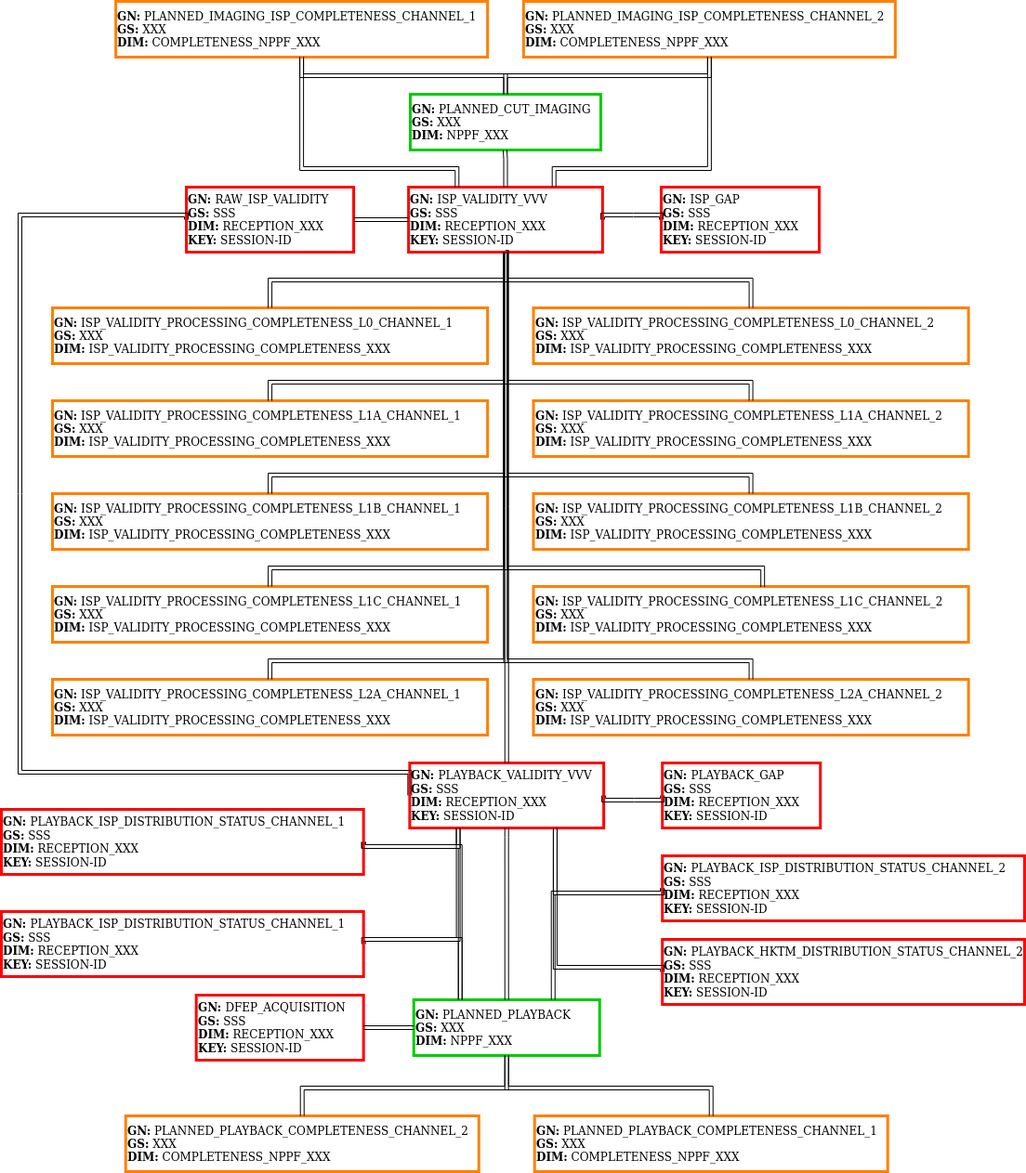
The draw.io diagram doc/fig/structure_ingestion_dfep_acquisition.png in Daniel-Brosnan-Blazquez/s2boa, before a commit. Source tidied: cells renumbered, new cells last; positions are measured from the earlier drawing's top-left corner, leaving out a move shared by most shapes.
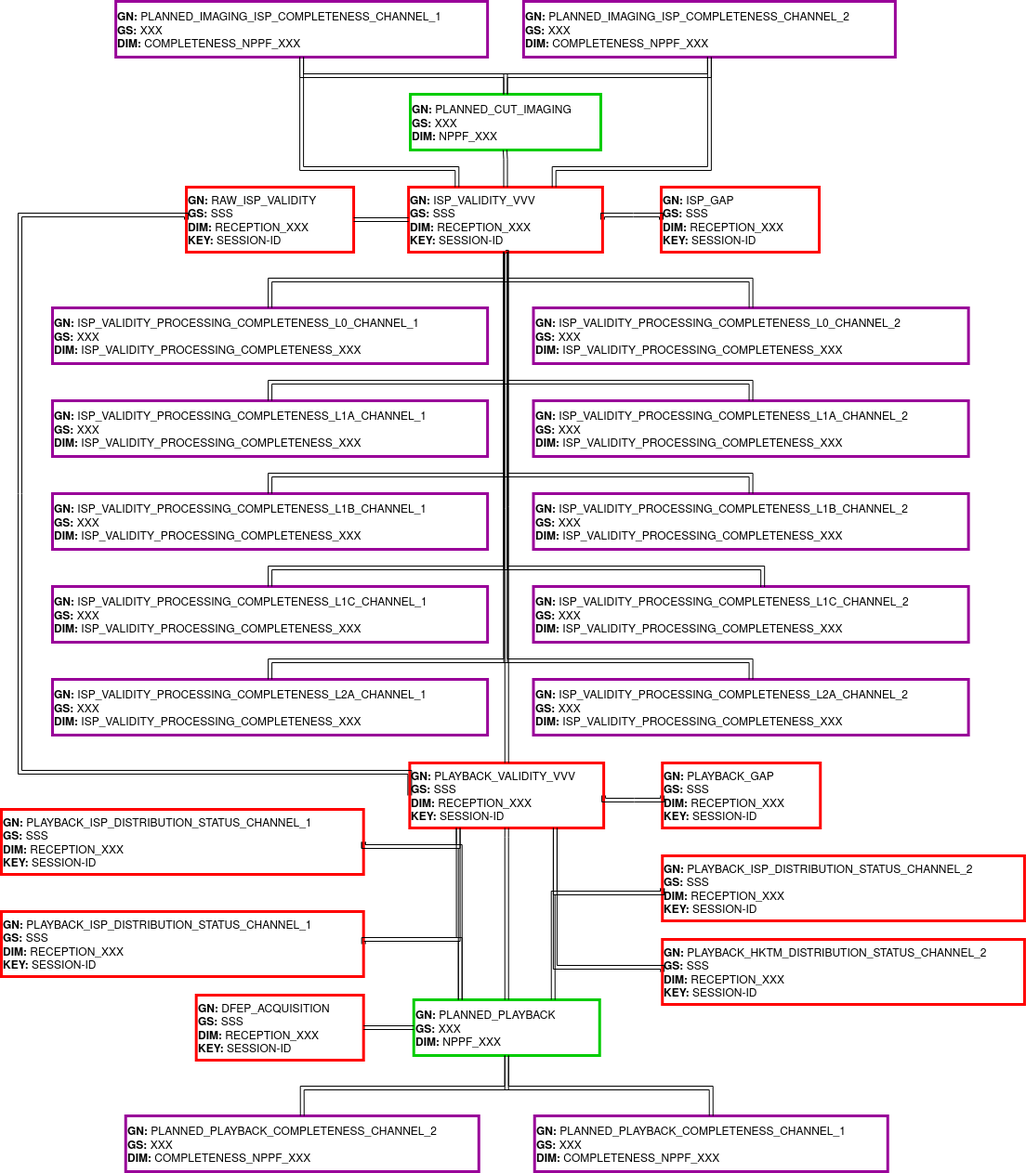
The same diagram one commit later.

What changed in the source:
```diff
@@ -8,10 +8,10 @@
     <mxCell id="3" value="&lt;div&gt;&lt;b&gt;GN:&lt;/b&gt; PLANNED_PLAYBACK&lt;/div&gt;&lt;div&gt;&lt;b&gt;GS:&lt;/b&gt; XXX&lt;/div&gt;&lt;div&gt;&lt;b&gt;DIM:&lt;/b&gt; NPPF_XXX&lt;br&gt;&lt;/div&gt;" style="rounded=0;whiteSpace=wrap;html=1;align=left;strokeWidth=3;fillColor=none;strokeColor=#00CC00;" parent="1" vertex="1">
       <mxGeometry x="443.7" y="1075" width="200" height="60" as="geometry" />
     </mxCell>
-    <mxCell id="4" value="&lt;div&gt;&lt;b&gt;GN:&lt;/b&gt; PLANNED_PLAYBACK_COMPLETENESS_CHANNEL_1&lt;/div&gt;&lt;div&gt;&lt;b&gt;GS:&lt;/b&gt; XXX&lt;/div&gt;&lt;div&gt;&lt;b&gt;DIM:&lt;/b&gt; COMPLETENESS_NPPF_XXX&lt;br&gt;&lt;/div&gt;" style="rounded=0;whiteSpace=wrap;html=1;align=left;strokeWidth=3;fillColor=none;strokeColor=#FF8000;" parent="1" vertex="1">
+    <mxCell id="4" value="&lt;div&gt;&lt;b&gt;GN:&lt;/b&gt; PLANNED_PLAYBACK_COMPLETENESS_CHANNEL_1&lt;/div&gt;&lt;div&gt;&lt;b&gt;GS:&lt;/b&gt; XXX&lt;/div&gt;&lt;div&gt;&lt;b&gt;DIM:&lt;/b&gt; COMPLETENESS_NPPF_XXX&lt;br&gt;&lt;/div&gt;" style="rounded=0;whiteSpace=wrap;html=1;align=left;strokeWidth=3;fillColor=none;strokeColor=#990099;" parent="1" vertex="1">
       <mxGeometry x="573.7" y="1200" width="380" height="60" as="geometry" />
     </mxCell>
-    <mxCell id="5" value="&lt;div&gt;&lt;b&gt;GN:&lt;/b&gt; PLANNED_PLAYBACK_COMPLETENESS_CHANNEL_2&lt;/div&gt;&lt;div&gt;&lt;b&gt;GS:&lt;/b&gt; XXX&lt;/div&gt;&lt;div&gt;&lt;b&gt;DIM:&lt;/b&gt; COMPLETENESS_NPPF_XXX&lt;br&gt;&lt;/div&gt;" style="rounded=0;whiteSpace=wrap;html=1;align=left;strokeWidth=3;fillColor=none;strokeColor=#FF8000;" parent="1" vertex="1">
+    <mxCell id="5" value="&lt;div&gt;&lt;b&gt;GN:&lt;/b&gt; PLANNED_PLAYBACK_COMPLETENESS_CHANNEL_2&lt;/div&gt;&lt;div&gt;&lt;b&gt;GS:&lt;/b&gt; XXX&lt;/div&gt;&lt;div&gt;&lt;b&gt;DIM:&lt;/b&gt; COMPLETENESS_NPPF_XXX&lt;br&gt;&lt;/div&gt;" style="rounded=0;whiteSpace=wrap;html=1;align=left;strokeWidth=3;fillColor=none;strokeColor=#990099;" parent="1" vertex="1">
       <mxGeometry x="133.7" y="1200" width="380" height="60" as="geometry" />
     </mxCell>
     <mxCell id="6" style="edgeStyle=orthogonalEdgeStyle;shape=link;rounded=0;jettySize=auto;html=1;exitX=0.5;exitY=0;exitDx=0;exitDy=0;entryX=0.5;entryY=1;entryDx=0;entryDy=0;" parent="1" edge="1" source="5" target="3">
@@ -30,10 +30,10 @@
         </Array>
       </mxGeometry>
     </mxCell>
-    <mxCell id="8" value="&lt;div&gt;&lt;b&gt;GN:&lt;/b&gt; PLANNED_IMAGING_ISP_COMPLETENESS_CHANNEL_1&lt;/div&gt;&lt;div&gt;&lt;b&gt;GS:&lt;/b&gt; XXX&lt;/div&gt;&lt;div&gt;&lt;b&gt;DIM:&lt;/b&gt; COMPLETENESS_NPPF_XXX&lt;br&gt;&lt;/div&gt;" style="rounded=0;whiteSpace=wrap;html=1;align=left;strokeWidth=3;fillColor=none;strokeColor=#FF8000;" parent="1" vertex="1">
+    <mxCell id="8" value="&lt;div&gt;&lt;b&gt;GN:&lt;/b&gt; PLANNED_IMAGING_ISP_COMPLETENESS_CHANNEL_1&lt;/div&gt;&lt;div&gt;&lt;b&gt;GS:&lt;/b&gt; XXX&lt;/div&gt;&lt;div&gt;&lt;b&gt;DIM:&lt;/b&gt; COMPLETENESS_NPPF_XXX&lt;br&gt;&lt;/div&gt;" style="rounded=0;whiteSpace=wrap;html=1;align=left;strokeWidth=3;fillColor=none;strokeColor=#990099;" parent="1" vertex="1">
       <mxGeometry x="123.1" width="400" height="60" as="geometry" />
     </mxCell>
-    <mxCell id="9" value="&lt;div&gt;&lt;b&gt;GN:&lt;/b&gt; PLANNED_IMAGING_ISP_COMPLETENESS_CHANNEL_2&lt;/div&gt;&lt;div&gt;&lt;b&gt;GS:&lt;/b&gt; XXX&lt;/div&gt;&lt;div&gt;&lt;b&gt;DIM:&lt;/b&gt; COMPLETENESS_NPPF_XXX&lt;br&gt;&lt;/div&gt;" style="rounded=0;whiteSpace=wrap;html=1;align=left;strokeWidth=3;fillColor=none;strokeColor=#FF8000;" parent="1" vertex="1">
+    <mxCell id="9" value="&lt;div&gt;&lt;b&gt;GN:&lt;/b&gt; PLANNED_IMAGING_ISP_COMPLETENESS_CHANNEL_2&lt;/div&gt;&lt;div&gt;&lt;b&gt;GS:&lt;/b&gt; XXX&lt;/div&gt;&lt;div&gt;&lt;b&gt;DIM:&lt;/b&gt; COMPLETENESS_NPPF_XXX&lt;br&gt;&lt;/div&gt;" style="rounded=0;whiteSpace=wrap;html=1;align=left;strokeWidth=3;fillColor=none;strokeColor=#990099;" parent="1" vertex="1">
       <mxGeometry x="561.9" width="400" height="60" as="geometry" />
     </mxCell>
     <mxCell id="10" style="edgeStyle=orthogonalEdgeStyle;shape=link;rounded=0;jettySize=auto;html=1;exitX=0.5;exitY=0;exitDx=0;exitDy=0;entryX=0.5;entryY=1;entryDx=0;entryDy=0;" parent="1" edge="1" source="2" target="9">
@@ -86,34 +86,34 @@
         </Array>
       </mxGeometry>
     </mxCell>
-    <mxCell id="20" value="&lt;div&gt;&lt;b&gt;GN:&lt;/b&gt; ISP_VALIDITY_PROCESSING_COMPLETENESS_L0_CHANNEL_1&lt;/div&gt;&lt;div&gt;&lt;b&gt;GS:&lt;/b&gt; XXX&lt;/div&gt;&lt;div&gt;&lt;b&gt;DIM:&lt;/b&gt; ISP_VALIDITY_PROCESSING_COMPLETENESS_XXX&lt;br&gt;&lt;/div&gt;" style="rounded=0;whiteSpace=wrap;html=1;align=left;strokeWidth=3;fillColor=none;strokeColor=#FF8000;" parent="1" vertex="1">
+    <mxCell id="20" value="&lt;div&gt;&lt;b&gt;GN:&lt;/b&gt; ISP_VALIDITY_PROCESSING_COMPLETENESS_L0_CHANNEL_1&lt;/div&gt;&lt;div&gt;&lt;b&gt;GS:&lt;/b&gt; XXX&lt;/div&gt;&lt;div&gt;&lt;b&gt;DIM:&lt;/b&gt; ISP_VALIDITY_PROCESSING_COMPLETENESS_XXX&lt;br&gt;&lt;/div&gt;" style="rounded=0;whiteSpace=wrap;html=1;align=left;strokeWidth=3;fillColor=none;strokeColor=#990099;" parent="1" vertex="1">
       <mxGeometry x="55" y="330" width="468.1" height="60" as="geometry" />
     </mxCell>
-    <mxCell id="21" value="&lt;div&gt;&lt;b&gt;GN:&lt;/b&gt; ISP_VALIDITY_PROCESSING_COMPLETENESS_L0_CHANNEL_2&lt;/div&gt;&lt;div&gt;&lt;b&gt;GS:&lt;/b&gt; XXX&lt;/div&gt;&lt;div&gt;&lt;b&gt;DIM:&lt;/b&gt; ISP_VALIDITY_PROCESSING_COMPLETENESS_XXX&lt;br&gt;&lt;/div&gt;" style="rounded=0;whiteSpace=wrap;html=1;align=left;strokeWidth=3;fillColor=none;strokeColor=#FF8000;" parent="1" vertex="1">
+    <mxCell id="21" value="&lt;div&gt;&lt;b&gt;GN:&lt;/b&gt; ISP_VALIDITY_PROCESSING_COMPLETENESS_L0_CHANNEL_2&lt;/div&gt;&lt;div&gt;&lt;b&gt;GS:&lt;/b&gt; XXX&lt;/div&gt;&lt;div&gt;&lt;b&gt;DIM:&lt;/b&gt; ISP_VALIDITY_PROCESSING_COMPLETENESS_XXX&lt;br&gt;&lt;/div&gt;" style="rounded=0;whiteSpace=wrap;html=1;align=left;strokeWidth=3;fillColor=none;strokeColor=#990099;" parent="1" vertex="1">
       <mxGeometry x="572.5" y="330" width="468.1" height="60" as="geometry" />
     </mxCell>
-    <mxCell id="22" value="&lt;div&gt;&lt;b&gt;GN:&lt;/b&gt; ISP_VALIDITY_PROCESSING_COMPLETENESS_L1A_CHANNEL_1&lt;/div&gt;&lt;div&gt;&lt;b&gt;GS:&lt;/b&gt; XXX&lt;/div&gt;&lt;div&gt;&lt;b&gt;DIM:&lt;/b&gt; ISP_VALIDITY_PROCESSING_COMPLETENESS_XXX&lt;br&gt;&lt;/div&gt;" style="rounded=0;whiteSpace=wrap;html=1;align=left;strokeWidth=3;fillColor=none;strokeColor=#FF8000;" parent="1" vertex="1">
+    <mxCell id="22" value="&lt;div&gt;&lt;b&gt;GN:&lt;/b&gt; ISP_VALIDITY_PROCESSING_COMPLETENESS_L1A_CHANNEL_1&lt;/div&gt;&lt;div&gt;&lt;b&gt;GS:&lt;/b&gt; XXX&lt;/div&gt;&lt;div&gt;&lt;b&gt;DIM:&lt;/b&gt; ISP_VALIDITY_PROCESSING_COMPLETENESS_XXX&lt;br&gt;&lt;/div&gt;" style="rounded=0;whiteSpace=wrap;html=1;align=left;strokeWidth=3;fillColor=none;strokeColor=#990099;" parent="1" vertex="1">
       <mxGeometry x="55" y="430" width="468.1" height="60" as="geometry" />
     </mxCell>
-    <mxCell id="23" value="&lt;div&gt;&lt;b&gt;GN:&lt;/b&gt; ISP_VALIDITY_PROCESSING_COMPLETENESS_L1A_CHANNEL_2&lt;/div&gt;&lt;div&gt;&lt;b&gt;GS:&lt;/b&gt; XXX&lt;/div&gt;&lt;div&gt;&lt;b&gt;DIM:&lt;/b&gt; ISP_VALIDITY_PROCESSING_COMPLETENESS_XXX&lt;br&gt;&lt;/div&gt;" style="rounded=0;whiteSpace=wrap;html=1;align=left;strokeWidth=3;fillColor=none;strokeColor=#FF8000;" parent="1" vertex="1">
+    <mxCell id="23" value="&lt;div&gt;&lt;b&gt;GN:&lt;/b&gt; ISP_VALIDITY_PROCESSING_COMPLETENESS_L1A_CHANNEL_2&lt;/div&gt;&lt;div&gt;&lt;b&gt;GS:&lt;/b&gt; XXX&lt;/div&gt;&lt;div&gt;&lt;b&gt;DIM:&lt;/b&gt; ISP_VALIDITY_PROCESSING_COMPLETENESS_XXX&lt;br&gt;&lt;/div&gt;" style="rounded=0;whiteSpace=wrap;html=1;align=left;strokeWidth=3;fillColor=none;strokeColor=#990099;" parent="1" vertex="1">
       <mxGeometry x="572.5" y="430" width="468.1" height="60" as="geometry" />
     </mxCell>
-    <mxCell id="24" value="&lt;div&gt;&lt;b&gt;GN:&lt;/b&gt; ISP_VALIDITY_PROCESSING_COMPLETENESS_L1B_CHANNEL_1&lt;/div&gt;&lt;div&gt;&lt;b&gt;GS:&lt;/b&gt; XXX&lt;/div&gt;&lt;div&gt;&lt;b&gt;DIM:&lt;/b&gt; ISP_VALIDITY_PROCESSING_COMPLETENESS_XXX&lt;br&gt;&lt;/div&gt;" style="rounded=0;whiteSpace=wrap;html=1;align=left;strokeWidth=3;fillColor=none;strokeColor=#FF8000;" parent="1" vertex="1">
+    <mxCell id="24" value="&lt;div&gt;&lt;b&gt;GN:&lt;/b&gt; ISP_VALIDITY_PROCESSING_COMPLETENESS_L1B_CHANNEL_1&lt;/div&gt;&lt;div&gt;&lt;b&gt;GS:&lt;/b&gt; XXX&lt;/div&gt;&lt;div&gt;&lt;b&gt;DIM:&lt;/b&gt; ISP_VALIDITY_PROCESSING_COMPLETENESS_XXX&lt;br&gt;&lt;/div&gt;" style="rounded=0;whiteSpace=wrap;html=1;align=left;strokeWidth=3;fillColor=none;strokeColor=#990099;" parent="1" vertex="1">
       <mxGeometry x="55" y="530" width="468.1" height="60" as="geometry" />
     </mxCell>
-    <mxCell id="25" value="&lt;div&gt;&lt;b&gt;GN:&lt;/b&gt; ISP_VALIDITY_PROCESSING_COMPLETENESS_L1B_CHANNEL_2&lt;/div&gt;&lt;div&gt;&lt;b&gt;GS:&lt;/b&gt; XXX&lt;/div&gt;&lt;div&gt;&lt;b&gt;DIM:&lt;/b&gt; ISP_VALIDITY_PROCESSING_COMPLETENESS_XXX&lt;br&gt;&lt;/div&gt;" style="rounded=0;whiteSpace=wrap;html=1;align=left;strokeWidth=3;fillColor=none;strokeColor=#FF8000;" parent="1" vertex="1">
+    <mxCell id="25" value="&lt;div&gt;&lt;b&gt;GN:&lt;/b&gt; ISP_VALIDITY_PROCESSING_COMPLETENESS_L1B_CHANNEL_2&lt;/div&gt;&lt;div&gt;&lt;b&gt;GS:&lt;/b&gt; XXX&lt;/div&gt;&lt;div&gt;&lt;b&gt;DIM:&lt;/b&gt; ISP_VALIDITY_PROCESSING_COMPLETENESS_XXX&lt;br&gt;&lt;/div&gt;" style="rounded=0;whiteSpace=wrap;html=1;align=left;strokeWidth=3;fillColor=none;strokeColor=#990099;" parent="1" vertex="1">
       <mxGeometry x="572.5" y="530" width="468.1" height="60" as="geometry" />
     </mxCell>
-    <mxCell id="26" value="&lt;div&gt;&lt;b&gt;GN:&lt;/b&gt; ISP_VALIDITY_PROCESSING_COMPLETENESS_L1C_CHANNEL_1&lt;/div&gt;&lt;div&gt;&lt;b&gt;GS:&lt;/b&gt; XXX&lt;/div&gt;&lt;div&gt;&lt;b&gt;DIM:&lt;/b&gt; ISP_VALIDITY_PROCESSING_COMPLETENESS_XXX&lt;br&gt;&lt;/div&gt;" style="rounded=0;whiteSpace=wrap;html=1;align=left;strokeWidth=3;fillColor=none;strokeColor=#FF8000;" parent="1" vertex="1">
+    <mxCell id="26" value="&lt;div&gt;&lt;b&gt;GN:&lt;/b&gt; ISP_VALIDITY_PROCESSING_COMPLETENESS_L1C_CHANNEL_1&lt;/div&gt;&lt;div&gt;&lt;b&gt;GS:&lt;/b&gt; XXX&lt;/div&gt;&lt;div&gt;&lt;b&gt;DIM:&lt;/b&gt; ISP_VALIDITY_PROCESSING_COMPLETENESS_XXX&lt;br&gt;&lt;/div&gt;" style="rounded=0;whiteSpace=wrap;html=1;align=left;strokeWidth=3;fillColor=none;strokeColor=#990099;" parent="1" vertex="1">
       <mxGeometry x="55" y="630" width="468.1" height="60" as="geometry" />
     </mxCell>
-    <mxCell id="27" value="&lt;div&gt;&lt;b&gt;GN:&lt;/b&gt; ISP_VALIDITY_PROCESSING_COMPLETENESS_L1C_CHANNEL_2&lt;/div&gt;&lt;div&gt;&lt;b&gt;GS:&lt;/b&gt; XXX&lt;/div&gt;&lt;div&gt;&lt;b&gt;DIM:&lt;/b&gt; ISP_VALIDITY_PROCESSING_COMPLETENESS_XXX&lt;br&gt;&lt;/div&gt;" style="rounded=0;whiteSpace=wrap;html=1;align=left;strokeWidth=3;fillColor=none;strokeColor=#FF8000;" parent="1" vertex="1">
+    <mxCell id="27" value="&lt;div&gt;&lt;b&gt;GN:&lt;/b&gt; ISP_VALIDITY_PROCESSING_COMPLETENESS_L1C_CHANNEL_2&lt;/div&gt;&lt;div&gt;&lt;b&gt;GS:&lt;/b&gt; XXX&lt;/div&gt;&lt;div&gt;&lt;b&gt;DIM:&lt;/b&gt; ISP_VALIDITY_PROCESSING_COMPLETENESS_XXX&lt;br&gt;&lt;/div&gt;" style="rounded=0;whiteSpace=wrap;html=1;align=left;strokeWidth=3;fillColor=none;strokeColor=#990099;" parent="1" vertex="1">
       <mxGeometry x="572.5" y="630" width="468.1" height="60" as="geometry" />
     </mxCell>
-    <mxCell id="28" value="&lt;div&gt;&lt;b&gt;GN:&lt;/b&gt; ISP_VALIDITY_PROCESSING_COMPLETENESS_L2A_CHANNEL_1&lt;/div&gt;&lt;div&gt;&lt;b&gt;GS:&lt;/b&gt; XXX&lt;/div&gt;&lt;div&gt;&lt;b&gt;DIM:&lt;/b&gt; ISP_VALIDITY_PROCESSING_COMPLETENESS_XXX&lt;br&gt;&lt;/div&gt;" style="rounded=0;whiteSpace=wrap;html=1;align=left;strokeWidth=3;fillColor=none;strokeColor=#FF8000;" parent="1" vertex="1">
+    <mxCell id="28" value="&lt;div&gt;&lt;b&gt;GN:&lt;/b&gt; ISP_VALIDITY_PROCESSING_COMPLETENESS_L2A_CHANNEL_1&lt;/div&gt;&lt;div&gt;&lt;b&gt;GS:&lt;/b&gt; XXX&lt;/div&gt;&lt;div&gt;&lt;b&gt;DIM:&lt;/b&gt; ISP_VALIDITY_PROCESSING_COMPLETENESS_XXX&lt;br&gt;&lt;/div&gt;" style="rounded=0;whiteSpace=wrap;html=1;align=left;strokeWidth=3;fillColor=none;strokeColor=#990099;" parent="1" vertex="1">
       <mxGeometry x="55" y="730" width="468.1" height="60" as="geometry" />
     </mxCell>
-    <mxCell id="29" value="&lt;div&gt;&lt;b&gt;GN:&lt;/b&gt; ISP_VALIDITY_PROCESSING_COMPLETENESS_L2A_CHANNEL_2&lt;/div&gt;&lt;div&gt;&lt;b&gt;GS:&lt;/b&gt; XXX&lt;/div&gt;&lt;div&gt;&lt;b&gt;DIM:&lt;/b&gt; ISP_VALIDITY_PROCESSING_COMPLETENESS_XXX&lt;br&gt;&lt;/div&gt;" style="rounded=0;whiteSpace=wrap;html=1;align=left;strokeWidth=3;fillColor=none;strokeColor=#FF8000;" parent="1" vertex="1">
+    <mxCell id="29" value="&lt;div&gt;&lt;b&gt;GN:&lt;/b&gt; ISP_VALIDITY_PROCESSING_COMPLETENESS_L2A_CHANNEL_2&lt;/div&gt;&lt;div&gt;&lt;b&gt;GS:&lt;/b&gt; XXX&lt;/div&gt;&lt;div&gt;&lt;b&gt;DIM:&lt;/b&gt; ISP_VALIDITY_PROCESSING_COMPLETENESS_XXX&lt;br&gt;&lt;/div&gt;" style="rounded=0;whiteSpace=wrap;html=1;align=left;strokeWidth=3;fillColor=none;strokeColor=#990099;" parent="1" vertex="1">
       <mxGeometry x="572.5" y="730" width="468.1" height="60" as="geometry" />
     </mxCell>
     <mxCell id="30" style="edgeStyle=orthogonalEdgeStyle;shape=link;rounded=0;jettySize=auto;html=1;exitX=0.5;exitY=1;exitDx=0;exitDy=0;entryX=0.5;entryY=0;entryDx=0;entryDy=0;" parent="1" edge="1" source="17" target="20">
```
